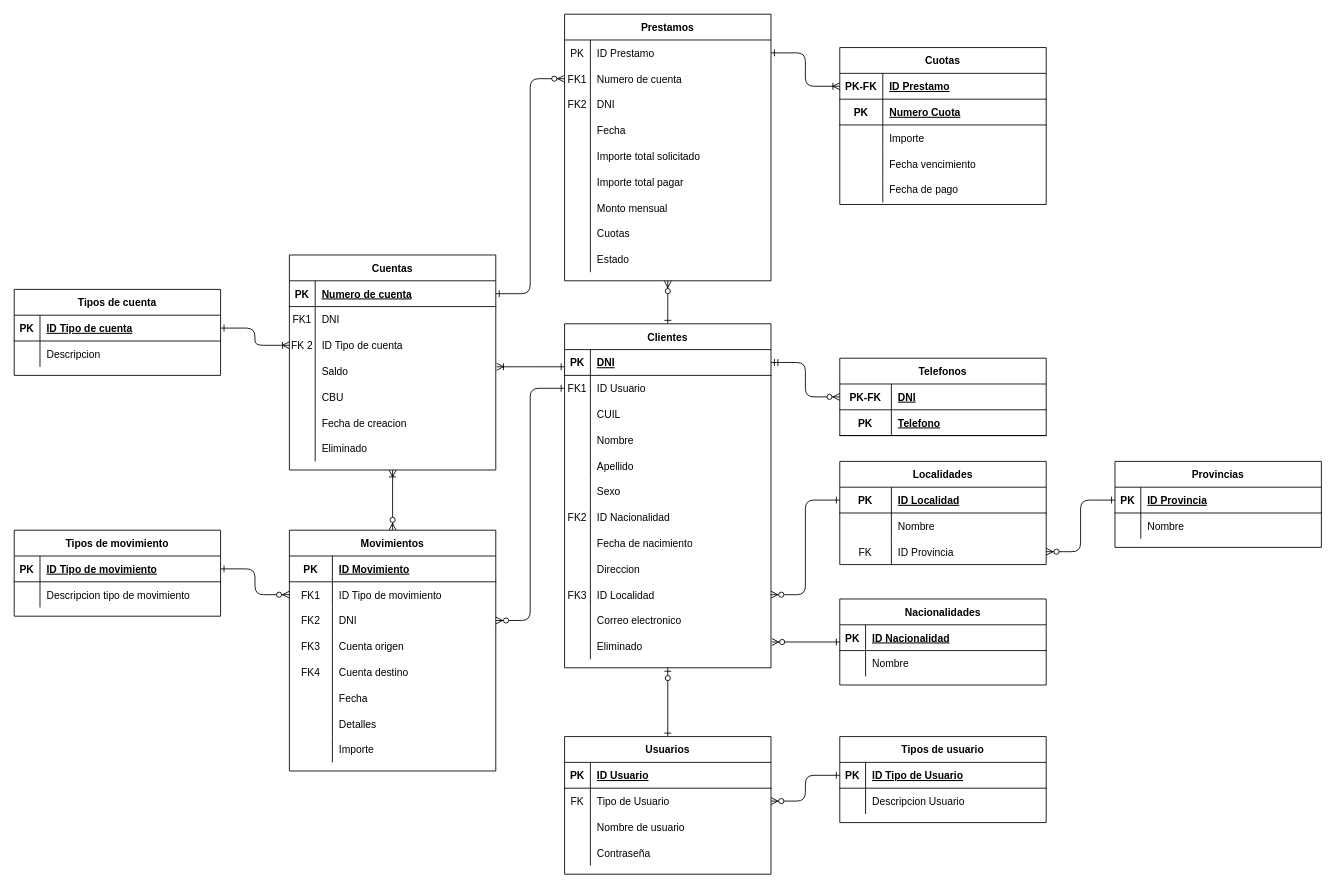
Cout-Nico-F/REPOSITORIO_GRUPO_6 keeps this draw.io diagram as Final/DER Bancos/DER.drawio. Above is the earlier version. Source tidied: cells renumbered, new cells numbered last; positions are measured from the earlier drawing's top-left corner, leaving out a move shared by most shapes. Both pictures are drawn from the tidied source at 86%, with x=0, y=0 at pixel (14, 14).
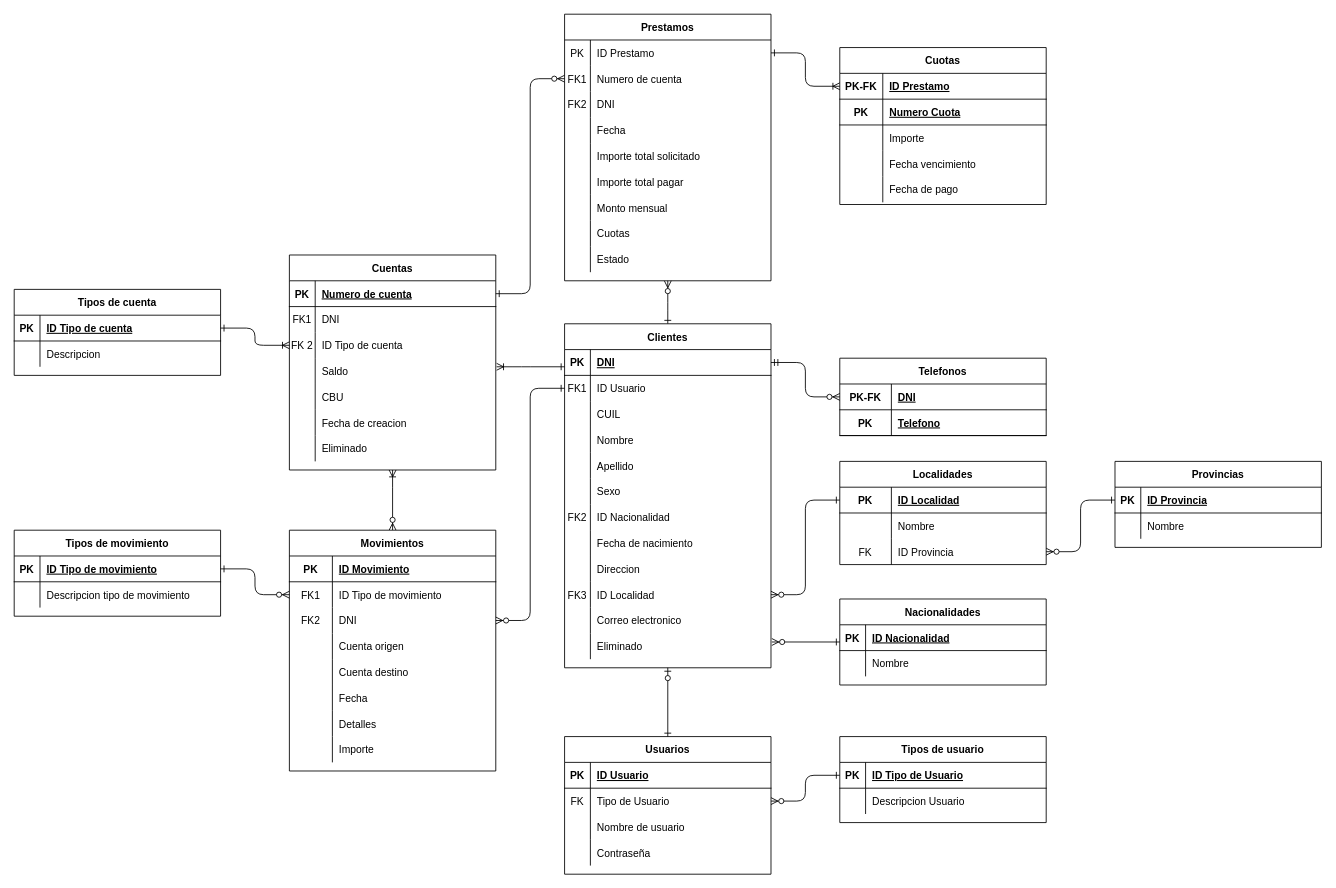
The same diagram, later.

Commit message:
update cuenta origen y cuenta destino no son FKs

The change refers to these unchanged cells:
```xml
<mxCell id="116" style="shape=partialRectangle;fillColor=none;top=0;left=0;bottom=0;right=0;" parent="106" vertex="1">
  <mxGeometry y="120" width="240" height="30" as="geometry" />
</mxCell>
<mxCell id="119" style="shape=partialRectangle;fillColor=none;top=0;left=0;bottom=0;right=0;" parent="106" vertex="1">
  <mxGeometry y="150" width="240" height="30" as="geometry" />
</mxCell>
```

Change to the diagram source:
```diff
@@
-    <mxCell id="117" value="FK3" style="shape=partialRectangle;fillColor=none;top=0;left=0;bottom=0;right=0;overflow=hidden;" parent="116" vertex="1">
+    <mxCell id="117" style="shape=partialRectangle;fillColor=none;top=0;left=0;bottom=0;right=0;overflow=hidden;" parent="116" vertex="1">
       <mxGeometry width="50" height="30" as="geometry" />
     </mxCell>
@@
-    <mxCell id="120" value="FK4" style="shape=partialRectangle;fillColor=none;top=0;left=0;bottom=0;right=0;overflow=hidden;" parent="119" vertex="1">
+    <mxCell id="120" style="shape=partialRectangle;fillColor=none;top=0;left=0;bottom=0;right=0;overflow=hidden;" parent="119" vertex="1">
       <mxGeometry width="50" height="30" as="geometry" />
     </mxCell>
```
